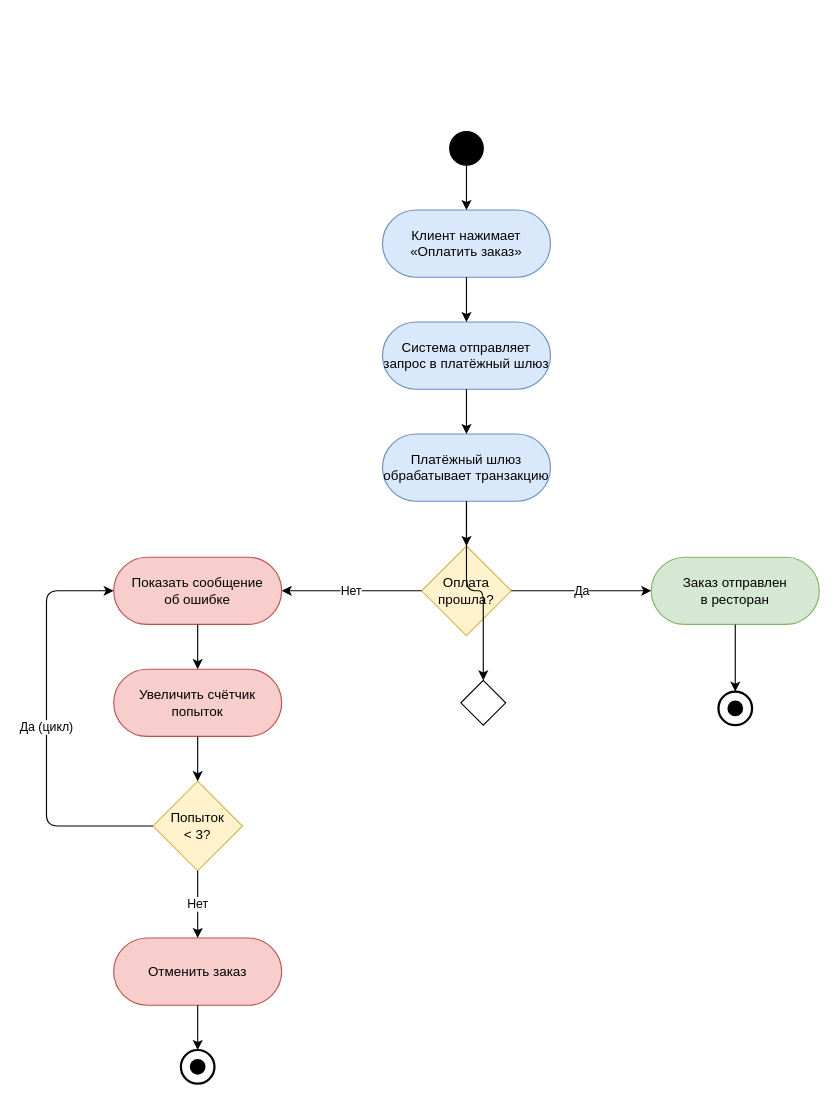
Earlier version of the draw.io diagram lab1/diagrams/activity.drawio (paykxsss/visual-programming-labs-Nosko). Source tidied: cells renumbered, new cells numbered last; positions are measured from the earlier drawing's top-left corner, leaving out a move shared by most shapes. Both pictures are drawn from the tidied source at 112%, with x=0, y=0 at pixel (46, 131).
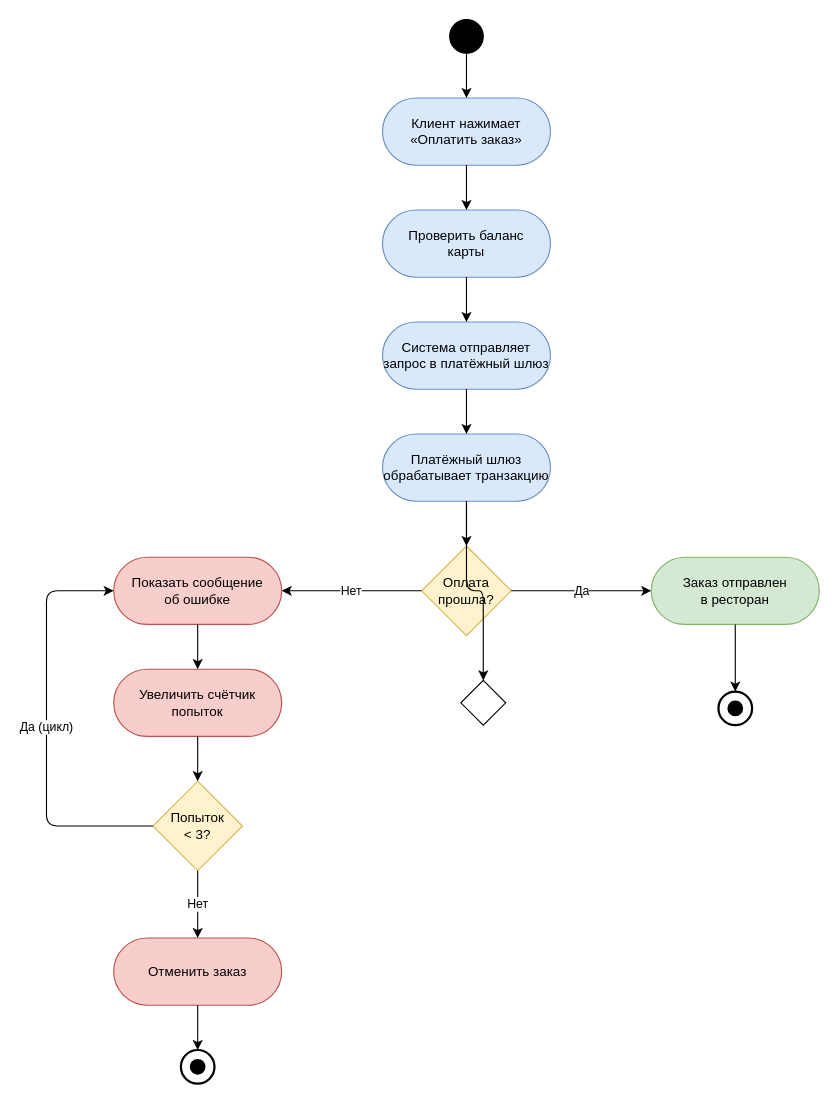
The same diagram, later.

Commit message (it also covers changes not shown here):
Update UML Activity: add balance check action

The change refers to these unchanged cells:
```xml
<mxCell id="4" value="Система отправляет&#10;запрос в платёжный шлюз" style="rounded=1;whiteSpace=wrap;html=1;arcSize=50;fillColor=#dae8fc;strokeColor=#6c8ebf;" parent="1" vertex="1">
  <mxGeometry x="300" y="170" width="150" height="60" as="geometry" />
</mxCell>
```

The edit, as a diff of the source:
```diff
@@
     <mxCell id="2" style="ellipse;whiteSpace=wrap;html=1;fillColor=#000000;strokeColor=#000000;" parent="1" vertex="1">
-      <mxGeometry x="360" width="30" height="30" as="geometry" />
+      <mxGeometry x="360" y="-100" width="30" height="30" as="geometry" />
     </mxCell>
     <mxCell id="3" value="Клиент нажимает&#10;«Оплатить заказ»" style="rounded=1;whiteSpace=wrap;html=1;arcSize=50;fillColor=#dae8fc;strokeColor=#6c8ebf;" parent="1" vertex="1">
-      <mxGeometry x="300" y="70" width="150" height="60" as="geometry" />
+      <mxGeometry x="300" y="-30" width="150" height="60" as="geometry" />
     </mxCell>
+    <mxCell id="30" value="Проверить баланс&#10;карты" style="rounded=1;whiteSpace=wrap;html=1;arcSize=50;fillColor=#dae8fc;strokeColor=#6c8ebf;" parent="1" vertex="1">
+      <mxGeometry x="300" y="70" width="150" height="60" as="geometry" />
+    </mxCell>
@@
-    <mxCell id="18" style="edgeStyle=orthogonalEdgeStyle;html=1;" parent="1" edge="1" source="3" target="4">
+    <mxCell id="18" style="edgeStyle=orthogonalEdgeStyle;html=1;" parent="1" edge="1" source="3" target="30">
       <mxGeometry relative="1" as="geometry" />
     </mxCell>
+    <mxCell id="31" style="edgeStyle=orthogonalEdgeStyle;html=1;" parent="1" edge="1" source="30" target="4">
+      <mxGeometry relative="1" as="geometry" />
+    </mxCell>
```
